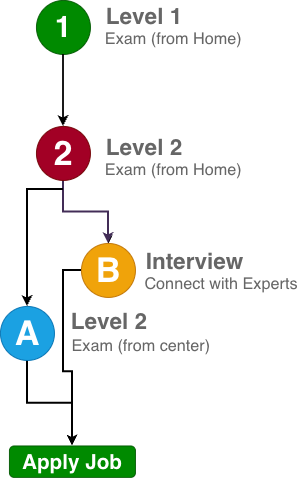
The draw.io diagram public/help.png in Comestro/TeacherGotHire-Frontend-, before a commit. Source tidied: cells renumbered, new cells last; positions are measured from the earlier drawing's top-left corner, leaving out a move shared by most shapes.
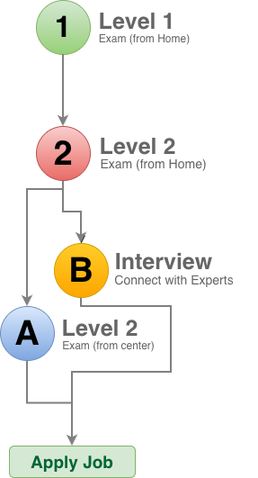
The same diagram one commit later.

Diff of the diagram source:
```diff
@@ -2,10 +2,10 @@
   <root>
     <mxCell id="0" />
     <mxCell id="1" parent="0" />
-    <mxCell id="2" value="&lt;font style=&quot;font-size: 33px;&quot;&gt;&lt;b&gt;1&lt;/b&gt;&lt;/font&gt;" style="ellipse;whiteSpace=wrap;html=1;fillColor=#008a00;strokeColor=#005700;fontColor=#ffffff;" parent="1" vertex="1">
+    <mxCell id="2" value="&lt;font style=&quot;font-size: 33px;&quot;&gt;&lt;b&gt;1&lt;/b&gt;&lt;/font&gt;" style="ellipse;whiteSpace=wrap;html=1;fillColor=#d5e8d4;strokeColor=#82b366;gradientColor=#97d077;" parent="1" vertex="1">
       <mxGeometry x="40" width="60" height="60" as="geometry" />
     </mxCell>
-    <mxCell id="3" style="endArrow=classic;html=1;rounded=0;exitX=0.5;exitY=1;exitDx=0;exitDy=0;strokeWidth=2;" parent="1" edge="1" source="2">
+    <mxCell id="3" style="endArrow=classic;html=1;rounded=0;exitX=0.5;exitY=1;exitDx=0;exitDy=0;strokeWidth=2;fontColor=#808080;strokeColor=#808080;" parent="1" edge="1" source="2">
       <mxGeometry relative="1" as="geometry">
         <mxPoint x="70" y="140" as="targetPoint" />
       </mxGeometry>
@@ -13,56 +13,62 @@
     <mxCell id="4" style="edgeStyle=orthogonalEdgeStyle;rounded=0;jettySize=auto;html=1;" parent="1" edge="1" source="6" target="8">
       <mxGeometry relative="1" as="geometry" />
     </mxCell>
-    <mxCell id="5" style="edgeStyle=orthogonalEdgeStyle;rounded=0;jettySize=auto;html=1;fillColor=#76608a;strokeColor=#432D57;strokeWidth=2;" parent="1" edge="1" source="6" target="8">
+    <mxCell id="5" style="edgeStyle=orthogonalEdgeStyle;rounded=0;jettySize=auto;html=1;fillColor=#76608a;strokeColor=#808080;strokeWidth=2;fontColor=#808080;" parent="1" edge="1" source="6" target="8">
       <mxGeometry relative="1" as="geometry" />
     </mxCell>
-    <mxCell id="6" value="2" style="ellipse;whiteSpace=wrap;html=1;fillColor=#a20025;fontColor=#ffffff;strokeColor=#6F0000;fontSize=38;fontStyle=1;" parent="1" vertex="1">
+    <mxCell id="6" value="2" style="ellipse;whiteSpace=wrap;html=1;fillColor=#f8cecc;strokeColor=#b85450;fontSize=38;fontStyle=1;gradientColor=#ea6b66;" parent="1" vertex="1">
       <mxGeometry x="40" y="140" width="60" height="60" as="geometry" />
     </mxCell>
-    <mxCell id="7" style="edgeStyle=orthogonalEdgeStyle;rounded=0;jettySize=auto;html=1;strokeWidth=2;" parent="1" edge="1" source="8">
+    <mxCell id="7" style="edgeStyle=orthogonalEdgeStyle;rounded=0;jettySize=auto;html=1;strokeWidth=2;exitX=0.5;exitY=1;exitDx=0;exitDy=0;fontColor=#808080;strokeColor=#808080;" parent="1" edge="1" source="8">
       <mxGeometry relative="1" as="geometry">
         <mxPoint x="80" y="495" as="targetPoint" />
+        <Array as="points">
+          <mxPoint x="90" y="340" />
+          <mxPoint x="190" y="340" />
+          <mxPoint x="190" y="413" />
+          <mxPoint x="80" y="413" />
+        </Array>
       </mxGeometry>
     </mxCell>
-    <mxCell id="8" value="B" style="ellipse;whiteSpace=wrap;html=1;fillColor=#f0a30a;fontColor=#FFFFFF;strokeColor=#BD7000;fontSize=38;fontStyle=1;" parent="1" vertex="1">
-      <mxGeometry x="90" y="270" width="60" height="60" as="geometry" />
+    <mxCell id="8" value="B" style="ellipse;whiteSpace=wrap;html=1;fillColor=#ffcd28;strokeColor=#d79b00;fontSize=38;fontStyle=1;gradientColor=#ffa500;" parent="1" vertex="1">
+      <mxGeometry x="60" y="270" width="60" height="60" as="geometry" />
     </mxCell>
-    <mxCell id="9" style="edgeStyle=orthogonalEdgeStyle;rounded=0;jettySize=auto;html=1;strokeWidth=2;" parent="1" edge="1" source="10" target="20">
+    <mxCell id="9" style="edgeStyle=orthogonalEdgeStyle;rounded=0;jettySize=auto;html=1;strokeWidth=2;fontColor=#808080;strokeColor=#808080;" parent="1" edge="1" source="10" target="20">
       <mxGeometry relative="1" as="geometry" />
     </mxCell>
-    <mxCell id="10" value="A" style="ellipse;whiteSpace=wrap;html=1;fillColor=#1ba1e2;fontColor=#ffffff;strokeColor=#006EAF;fontSize=38;fontStyle=1;" parent="1" vertex="1">
+    <mxCell id="10" value="A" style="ellipse;whiteSpace=wrap;html=1;fillColor=#dae8fc;strokeColor=#6c8ebf;fontSize=38;fontStyle=1;gradientColor=#7ea6e0;" parent="1" vertex="1">
       <mxGeometry y="340" width="60" height="60" as="geometry" />
     </mxCell>
-    <mxCell id="11" style="edgeStyle=orthogonalEdgeStyle;rounded=0;jettySize=auto;html=1;entryX=0.5;entryY=0;entryDx=0;entryDy=0;strokeWidth=2;" parent="1" edge="1" target="10">
+    <mxCell id="11" style="edgeStyle=orthogonalEdgeStyle;rounded=0;jettySize=auto;html=1;entryX=0.5;entryY=0;entryDx=0;entryDy=0;strokeWidth=2;fontColor=#808080;strokeColor=#808080;" parent="1" edge="1" target="10">
       <mxGeometry relative="1" as="geometry">
         <mxPoint x="70" y="210" as="sourcePoint" />
       </mxGeometry>
     </mxCell>
     <mxCell id="12" value="Level 1" style="text;html=1;whiteSpace=wrap;strokeColor=none;fillColor=none;align=center;verticalAlign=middle;rounded=0;fontSize=25;fontStyle=1;fontColor=#666666;" parent="1" vertex="1">
-      <mxGeometry x="105" width="110" height="35" as="geometry" />
+      <mxGeometry x="97" y="5" width="110" height="35" as="geometry" />
     </mxCell>
-    <mxCell id="13" value="Exam (from Home)" style="text;html=1;whiteSpace=wrap;strokeColor=none;fillColor=none;align=center;verticalAlign=middle;rounded=0;fontSize=18;fontStyle=0;fontColor=#666666;" parent="1" vertex="1">
-      <mxGeometry x="100" y="20" width="185" height="44" as="geometry" />
+    <mxCell id="13" value="Exam (from Home)" style="text;html=1;whiteSpace=wrap;strokeColor=none;fillColor=none;align=center;verticalAlign=middle;rounded=0;fontSize=12;fontStyle=0;fontColor=#666666;" parent="1" vertex="1">
+      <mxGeometry x="68" y="21" width="185" height="44" as="geometry" />
     </mxCell>
     <mxCell id="14" value="Level 2" style="text;html=1;whiteSpace=wrap;strokeColor=none;fillColor=none;align=center;verticalAlign=middle;rounded=0;fontSize=25;fontStyle=1;fontColor=#666666;" parent="1" vertex="1">
-      <mxGeometry x="105" y="145" width="110" height="35" as="geometry" />
+      <mxGeometry x="98" y="144" width="110" height="35" as="geometry" />
     </mxCell>
-    <mxCell id="15" value="Exam (from Home)" style="text;html=1;whiteSpace=wrap;strokeColor=none;fillColor=none;align=center;verticalAlign=middle;rounded=0;fontSize=18;fontStyle=0;fontColor=#666666;" parent="1" vertex="1">
-      <mxGeometry x="100" y="165" width="185" height="44" as="geometry" />
+    <mxCell id="15" value="Exam (from Home)" style="text;html=1;whiteSpace=wrap;strokeColor=none;fillColor=none;align=center;verticalAlign=middle;rounded=0;fontSize=14;fontStyle=0;fontColor=#666666;" parent="1" vertex="1">
+      <mxGeometry x="78" y="160" width="185" height="44" as="geometry" />
     </mxCell>
     <mxCell id="16" value="Interview" style="text;html=1;whiteSpace=wrap;strokeColor=none;fillColor=none;align=center;verticalAlign=middle;rounded=0;fontSize=25;fontStyle=1;fontColor=#666666;" parent="1" vertex="1">
-      <mxGeometry x="161" y="272" width="110" height="35" as="geometry" />
+      <mxGeometry x="127" y="272" width="110" height="35" as="geometry" />
     </mxCell>
-    <mxCell id="17" value="Connect with Experts" style="text;html=1;whiteSpace=wrap;strokeColor=none;fillColor=none;align=center;verticalAlign=middle;rounded=0;fontSize=18;fontStyle=0;fontColor=#666666;" parent="1" vertex="1">
-      <mxGeometry x="153" y="292" width="185" height="44" as="geometry" />
+    <mxCell id="17" value="Connect with Experts" style="text;html=1;whiteSpace=wrap;strokeColor=none;fillColor=none;align=center;verticalAlign=middle;rounded=0;fontSize=14;fontStyle=0;fontColor=#666666;" parent="1" vertex="1">
+      <mxGeometry x="101" y="289" width="185" height="44" as="geometry" />
     </mxCell>
     <mxCell id="18" value="Level 2" style="text;html=1;whiteSpace=wrap;strokeColor=none;fillColor=none;align=center;verticalAlign=middle;rounded=0;fontSize=25;fontStyle=1;fontColor=#666666;" parent="1" vertex="1">
-      <mxGeometry x="65.5" y="341" width="110" height="29" as="geometry" />
+      <mxGeometry x="55.5" y="349" width="110" height="29" as="geometry" />
     </mxCell>
-    <mxCell id="19" value="Exam (from center)" style="text;html=1;whiteSpace=wrap;strokeColor=none;fillColor=none;align=center;verticalAlign=middle;rounded=0;fontSize=18;fontStyle=0;fontColor=#666666;" parent="1" vertex="1">
-      <mxGeometry x="63.5" y="361" width="185" height="44" as="geometry" />
+    <mxCell id="19" value="Exam (from center)" style="text;html=1;whiteSpace=wrap;strokeColor=none;fillColor=none;align=center;verticalAlign=middle;rounded=0;fontSize=12;fontStyle=0;fontColor=#666666;" parent="1" vertex="1">
+      <mxGeometry x="27.5" y="362" width="185" height="44" as="geometry" />
     </mxCell>
-    <mxCell id="20" value="Apply Job" style="rounded=1;whiteSpace=wrap;html=1;fontSize=23;fontStyle=1;fillColor=#008a00;fontColor=#ffffff;strokeColor=#005700;" parent="1" vertex="1">
+    <mxCell id="20" value="Apply Job" style="rounded=1;whiteSpace=wrap;html=1;fontSize=19;fontStyle=1;fillColor=#d5e8d4;strokeColor=#82b366;fontColor=#006633;" parent="1" vertex="1">
       <mxGeometry x="10" y="495" width="140" height="35" as="geometry" />
     </mxCell>
   </root>
```
